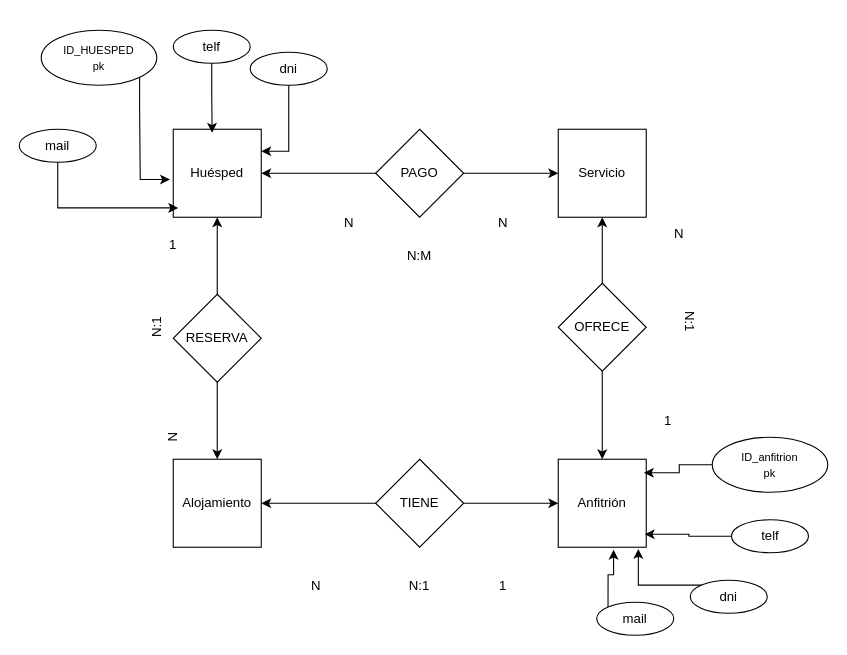
This is page "Página-1" (1 of 2) of EJERCICIO5.drawio from mariogoncon/DAM-BBDD, a draw.io file, before an edit. Source tidied: cells renumbered, new cells numbered last; positions are measured from the earlier drawing's top-left corner, leaving out a move shared by most shapes. Both pictures are drawn from the tidied source at 110%, with x=0, y=0 at pixel (19, 30).
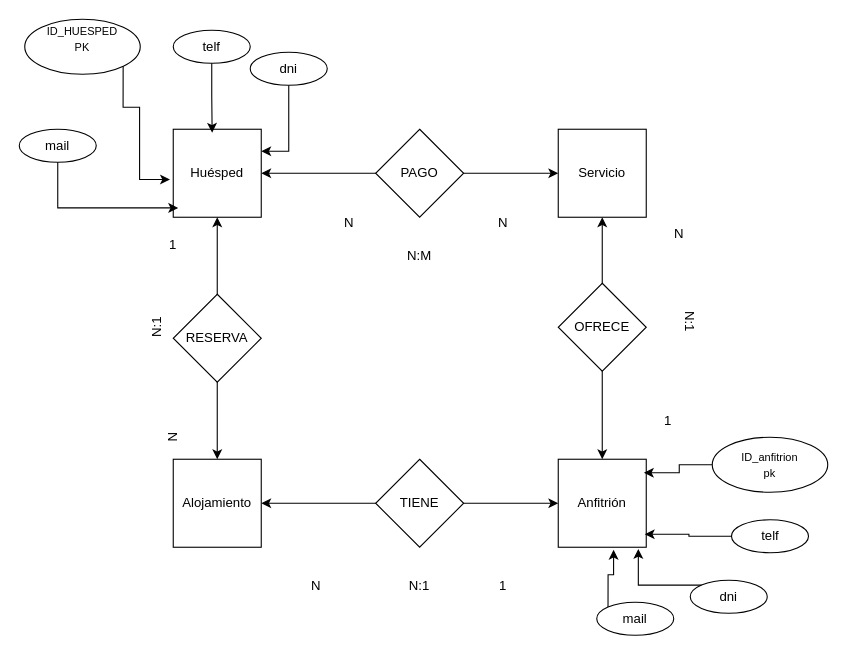
The same page after the edit.

Diff of the diagram source:
```diff
@@
-    <mxCell id="18" value="&lt;font size=&quot;1&quot;&gt;ID_HUESPED&lt;/font&gt;&lt;div&gt;&lt;font size=&quot;1&quot;&gt;pk&lt;/font&gt;&lt;/div&gt;" style="ellipse;whiteSpace=wrap;html=1;shapeInside=1;" parent="1" vertex="1">
-      <mxGeometry x="20" width="105" height="50" as="geometry" />
+    <mxCell id="18" value="&lt;font size=&quot;1&quot;&gt;ID_HUESPED&lt;/font&gt;&lt;div&gt;&lt;font size=&quot;1&quot;&gt;PK&lt;/font&gt;&lt;/div&gt;&lt;div&gt;&lt;font size=&quot;1&quot;&gt;&lt;br&gt;&lt;/font&gt;&lt;/div&gt;" style="ellipse;whiteSpace=wrap;html=1;shapeInside=1;" parent="1" vertex="1">
+      <mxGeometry x="5" y="-10" width="105" height="50" as="geometry" />
     </mxCell>
```
